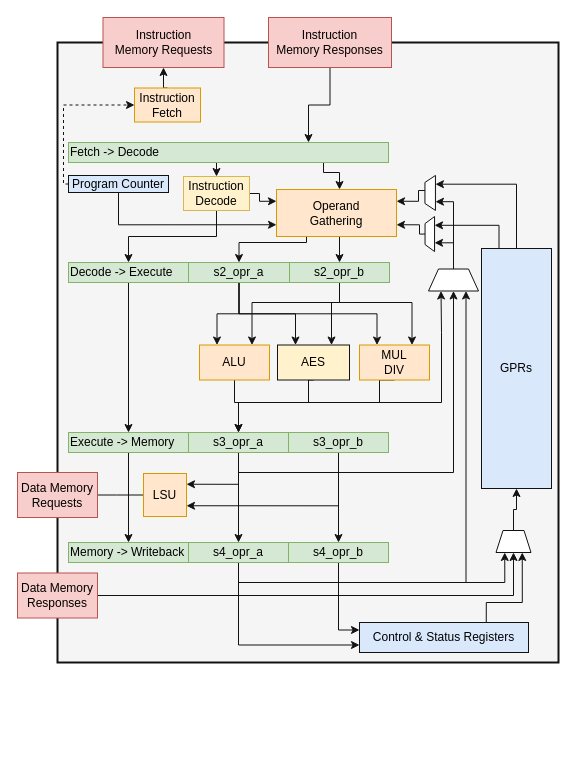
The draw.io diagram doc/diagrams/scarv-cpu-uarch.drawio in scarv/aes-risc-pipeline, before the edit. Source tidied: cells renumbered, new cells numbered last; positions are measured from the earlier drawing's top-left corner, leaving out a move shared by most shapes. Both pictures are drawn from the tidied source at 100%, with x=0, y=0 at pixel (17, 17).
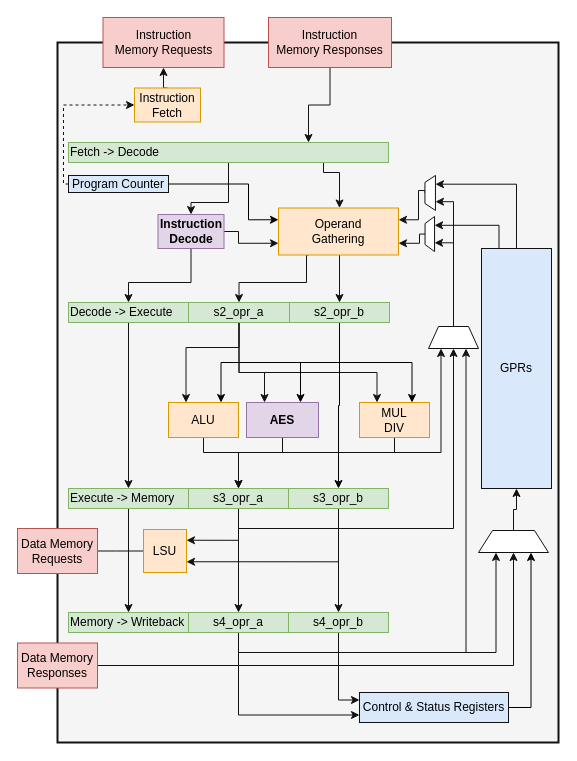
Above is the later version.

Commit message (it also covers changes not shown here):
paper: diagrams and pseudocode

The change refers to these unchanged cells:
```xml
<mxCell id="5" value="Fetch -&amp;gt; Decode" style="rounded=0;whiteSpace=wrap;html=1;align=left;strokeColor=#82b366;fillColor=#d5e8d4;" parent="1" vertex="1">
  <mxGeometry x="51" y="125" width="320" height="20" as="geometry" />
</mxCell>
<mxCell id="42" style="shape=trapezoid;perimeter=trapezoidPerimeter;whiteSpace=wrap;html=1;align=center;rotation=-90;strokeColor=#121212;" parent="1" vertex="1">
  <mxGeometry x="394.8" y="211.8" width="35" height="9.5" as="geometry" />
</mxCell>
<mxCell id="51" value="Program Counter" style="rounded=0;whiteSpace=wrap;html=1;fillColor=#dae8fc;strokeColor=#121212;" parent="1" vertex="1">
  <mxGeometry x="51" y="158" width="100" height="17" as="geometry" />
</mxCell>
<mxCell id="68" value="Instruction Fetch" style="rounded=0;whiteSpace=wrap;html=1;strokeColor=#d79b00;fillColor=#ffe6cc;" parent="1" vertex="1">
  <mxGeometry x="117" y="70.5" width="66" height="34" as="geometry" />
</mxCell>
```

What changed in the source:
```diff
@@
     <mxCell id="2" style="rounded=0;whiteSpace=wrap;html=1;strokeWidth=2;fillColor=#f5f5f5;align=left;strokeColor=#121212;fontColor=#333333;" parent="1" vertex="1">
-      <mxGeometry x="40" y="25" width="501" height="620" as="geometry" />
+      <mxGeometry x="40" y="25" width="501" height="700" as="geometry" />
     </mxCell>
@@
     <mxCell id="4" style="edgeStyle=orthogonalEdgeStyle;rounded=0;jettySize=auto;html=1;exitX=0.5;exitY=1;exitDx=0;exitDy=0;entryX=0.5;entryY=0;entryDx=0;entryDy=0;strokeColor=#121212;" parent="1" edge="1" source="5" target="66">
-      <mxGeometry relative="1" as="geometry" />
+      <mxGeometry relative="1" as="geometry">
+        <Array as="points">
+          <mxPoint x="211" y="185" />
+          <mxPoint x="174" y="185" />
+        </Array>
+      </mxGeometry>
     </mxCell>
@@
     <mxCell id="7" value="Decode -&amp;gt; Execute" style="rounded=0;whiteSpace=wrap;html=1;align=left;strokeColor=#82b366;fillColor=#d5e8d4;" parent="1" vertex="1">
-      <mxGeometry x="51" y="245" width="120" height="20" as="geometry" />
+      <mxGeometry x="51" y="285" width="120" height="20" as="geometry" />
     </mxCell>
     <mxCell id="8" style="edgeStyle=orthogonalEdgeStyle;rounded=0;jettySize=auto;html=1;exitX=0.5;exitY=1;exitDx=0;exitDy=0;entryX=0.25;entryY=0;entryDx=0;entryDy=0;fillColor=#f8cecc;strokeColor=#121212;" parent="1" edge="1" source="11" target="53">
-      <mxGeometry relative="1" as="geometry" />
+      <mxGeometry relative="1" as="geometry">
+        <Array as="points">
+          <mxPoint x="222" y="330" />
+          <mxPoint x="168" y="330" />
+        </Array>
+      </mxGeometry>
     </mxCell>
     <mxCell id="9" style="edgeStyle=orthogonalEdgeStyle;rounded=0;jettySize=auto;html=1;exitX=0.5;exitY=1;exitDx=0;exitDy=0;entryX=0.25;entryY=0;entryDx=0;entryDy=0;fillColor=#f8cecc;strokeColor=#121212;" parent="1" edge="1" source="11" target="55">
-      <mxGeometry relative="1" as="geometry" />
+      <mxGeometry relative="1" as="geometry">
+        <Array as="points">
+          <mxPoint x="222" y="355" />
+          <mxPoint x="247" y="355" />
+        </Array>
+      </mxGeometry>
     </mxCell>
     <mxCell id="10" style="edgeStyle=orthogonalEdgeStyle;rounded=0;jettySize=auto;html=1;exitX=0.5;exitY=1;exitDx=0;exitDy=0;entryX=0.25;entryY=0;entryDx=0;entryDy=0;fillColor=#f8cecc;strokeColor=#121212;" parent="1" edge="1" source="11" target="57">
-      <mxGeometry relative="1" as="geometry" />
+      <mxGeometry relative="1" as="geometry">
+        <Array as="points">
+          <mxPoint x="222" y="355" />
+          <mxPoint x="360" y="355" />
+        </Array>
+      </mxGeometry>
     </mxCell>
     <mxCell id="11" value="s2_opr_a" style="rounded=0;whiteSpace=wrap;html=1;strokeColor=#82b366;fillColor=#d5e8d4;" parent="1" vertex="1">
-      <mxGeometry x="171" y="245" width="101" height="20" as="geometry" />
+      <mxGeometry x="171" y="285" width="101" height="20" as="geometry" />
     </mxCell>
+    <mxCell id="71" style="edgeStyle=orthogonalEdgeStyle;rounded=0;jettySize=auto;html=1;exitX=0.5;exitY=1;exitDx=0;exitDy=0;entryX=0.5;entryY=0;entryDx=0;entryDy=0;" parent="1" edge="1" source="15" target="24">
+      <mxGeometry relative="1" as="geometry" />
+    </mxCell>
+    <mxCell id="13" style="edgeStyle=orthogonalEdgeStyle;rounded=0;jettySize=auto;html=1;exitX=0.5;exitY=1;exitDx=0;exitDy=0;entryX=0.75;entryY=0;entryDx=0;entryDy=0;" parent="1" edge="1" source="15" target="55">
+      <mxGeometry relative="1" as="geometry">
+        <Array as="points">
+          <mxPoint x="322" y="345" />
+          <mxPoint x="283" y="345" />
+        </Array>
+      </mxGeometry>
+    </mxCell>
-    <mxCell id="12" style="edgeStyle=orthogonalEdgeStyle;rounded=0;jettySize=auto;html=1;exitX=0.5;exitY=1;exitDx=0;exitDy=0;entryX=0.75;entryY=0;entryDx=0;entryDy=0;fillColor=#f8cecc;strokeColor=#121212;" parent="1" edge="1" source="15" target="57">
-      <mxGeometry relative="1" as="geometry">
-        <Array as="points">
-          <mxPoint x="277" y="285" />
-          <mxPoint x="372" y="285" />
-        </Array>
-      </mxGeometry>
+    <mxCell id="12" style="edgeStyle=orthogonalEdgeStyle;rounded=0;jettySize=auto;html=1;exitX=0.5;exitY=1;exitDx=0;exitDy=0;entryX=0.75;entryY=0;entryDx=0;entryDy=0;" parent="1" edge="1" source="15" target="57">
+      <mxGeometry relative="1" as="geometry" />
     </mxCell>
-    <mxCell id="13" style="edgeStyle=orthogonalEdgeStyle;rounded=0;jettySize=auto;html=1;exitX=0.5;exitY=1;exitDx=0;exitDy=0;entryX=0.75;entryY=0;entryDx=0;entryDy=0;fillColor=#f8cecc;strokeColor=#121212;" parent="1" edge="1" source="15" target="55">
-      <mxGeometry relative="1" as="geometry">
-        <Array as="points">
-          <mxPoint x="321" y="285" />
-          <mxPoint x="252" y="285" />
-        </Array>
-      </mxGeometry>
-    </mxCell>
-    <mxCell id="14" style="edgeStyle=orthogonalEdgeStyle;rounded=0;jettySize=auto;html=1;exitX=0.5;exitY=1;exitDx=0;exitDy=0;entryX=0.75;entryY=0;entryDx=0;entryDy=0;fillColor=#f8cecc;strokeColor=#121212;" parent="1" edge="1" source="15" target="53">
-      <mxGeometry relative="1" as="geometry">
-        <Array as="points">
-          <mxPoint x="321" y="285" />
-          <mxPoint x="201" y="285" />
-        </Array>
-      </mxGeometry>
+    <mxCell id="14" style="edgeStyle=orthogonalEdgeStyle;rounded=0;jettySize=auto;html=1;exitX=0.5;exitY=1;exitDx=0;exitDy=0;entryX=0.75;entryY=0;entryDx=0;entryDy=0;" parent="1" edge="1" source="15" target="53">
+      <mxGeometry relative="1" as="geometry" />
     </mxCell>
     <mxCell id="15" value="s2_opr_b" style="rounded=0;whiteSpace=wrap;html=1;strokeColor=#82b366;fillColor=#d5e8d4;" parent="1" vertex="1">
-      <mxGeometry x="272" y="245" width="100" height="20" as="geometry" />
+      <mxGeometry x="272" y="285" width="100" height="20" as="geometry" />
     </mxCell>
@@
     <mxCell id="17" value="Execute -&amp;gt; Memory" style="rounded=0;whiteSpace=wrap;html=1;align=left;strokeColor=#82b366;fillColor=#d5e8d4;" parent="1" vertex="1">
-      <mxGeometry x="51" y="415" width="120" height="20" as="geometry" />
+      <mxGeometry x="51" y="471" width="120" height="20" as="geometry" />
     </mxCell>
@@
     <mxCell id="21" value="s3_opr_a" style="rounded=0;whiteSpace=wrap;html=1;strokeColor=#82b366;fillColor=#d5e8d4;" parent="1" vertex="1">
-      <mxGeometry x="171" y="415" width="100" height="20" as="geometry" />
+      <mxGeometry x="171" y="471" width="100" height="20" as="geometry" />
     </mxCell>
@@
     <mxCell id="24" value="s3_opr_b" style="rounded=0;whiteSpace=wrap;html=1;strokeColor=#82b366;fillColor=#d5e8d4;" parent="1" vertex="1">
-      <mxGeometry x="271" y="415" width="100" height="20" as="geometry" />
+      <mxGeometry x="271" y="471" width="100" height="20" as="geometry" />
     </mxCell>
     <mxCell id="25" value="Memory -&amp;gt; Writeback" style="rounded=0;whiteSpace=wrap;html=1;align=left;strokeColor=#82b366;fillColor=#d5e8d4;" parent="1" vertex="1">
-      <mxGeometry x="51" y="525" width="120" height="20" as="geometry" />
+      <mxGeometry x="51" y="595" width="120" height="20" as="geometry" />
     </mxCell>
@@
     <mxCell id="29" value="s4_opr_a" style="rounded=0;whiteSpace=wrap;html=1;strokeColor=#82b366;fillColor=#d5e8d4;" parent="1" vertex="1">
-      <mxGeometry x="171" y="525" width="100" height="20" as="geometry" />
+      <mxGeometry x="171" y="595" width="100" height="20" as="geometry" />
     </mxCell>
@@
     <mxCell id="31" value="s4_opr_b" style="rounded=0;whiteSpace=wrap;html=1;strokeColor=#82b366;fillColor=#d5e8d4;" parent="1" vertex="1">
-      <mxGeometry x="271" y="525" width="100" height="20" as="geometry" />
+      <mxGeometry x="271" y="595" width="100" height="20" as="geometry" />
     </mxCell>
@@
     <mxCell id="35" style="edgeStyle=orthogonalEdgeStyle;rounded=0;jettySize=auto;html=1;entryX=1;entryY=0.5;entryDx=0;entryDy=0;fillColor=#f8cecc;strokeColor=#121212;" parent="1" edge="1" source="36">
       <mxGeometry relative="1" as="geometry">
-        <mxPoint x="71" y="477.5" as="targetPoint" />
+        <mxPoint x="71" y="533.5" as="targetPoint" />
       </mxGeometry>
     </mxCell>
     <mxCell id="36" value="LSU" style="whiteSpace=wrap;html=1;align=center;strokeColor=#d79b00;fillColor=#ffe6cc;" parent="1" vertex="1">
-      <mxGeometry x="126" y="456" width="43" height="43" as="geometry" />
+      <mxGeometry x="126" y="512" width="43" height="43" as="geometry" />
     </mxCell>
     <mxCell id="37" value="Data Memory&lt;br&gt;Requests" style="rounded=0;whiteSpace=wrap;html=1;align=center;strokeColor=#b85450;fillColor=#f8cecc;" parent="1" vertex="1">
-      <mxGeometry y="455" width="80" height="45" as="geometry" />
+      <mxGeometry y="511" width="80" height="45" as="geometry" />
     </mxCell>
@@
     <mxCell id="40" style="shape=trapezoid;perimeter=trapezoidPerimeter;whiteSpace=wrap;html=1;align=center;strokeColor=#121212;" parent="1" vertex="1">
-      <mxGeometry x="411" y="251.5" width="50" height="22" as="geometry" />
+      <mxGeometry x="411" y="309" width="50" height="22" as="geometry" />
     </mxCell>
     <mxCell id="41" style="edgeStyle=orthogonalEdgeStyle;rounded=0;jettySize=auto;html=1;exitX=0.5;exitY=0;exitDx=0;exitDy=0;entryX=1;entryY=0.75;entryDx=0;entryDy=0;fillColor=#f8cecc;strokeColor=#121212;" parent="1" edge="1" source="42" target="63">
       <mxGeometry relative="1" as="geometry">
         <Array as="points">
-          <mxPoint x="402" y="216" />
-          <mxPoint x="402" y="207" />
+          <mxPoint x="402" y="217" />
+          <mxPoint x="402" y="226" />
         </Array>
       </mxGeometry>
     </mxCell>
@@
     <mxCell id="46" value="Data Memory&lt;br&gt;Responses" style="rounded=0;whiteSpace=wrap;html=1;align=center;strokeColor=#b85450;fillColor=#f8cecc;" parent="1" vertex="1">
-      <mxGeometry y="555.5" width="80" height="45" as="geometry" />
+      <mxGeometry y="625.5" width="80" height="45" as="geometry" />
     </mxCell>
@@
     <mxCell id="48" style="shape=trapezoid;perimeter=trapezoidPerimeter;whiteSpace=wrap;html=1;align=center;rotation=0;strokeColor=#121212;" parent="1" vertex="1">
-      <mxGeometry x="478.5" y="513" width="35" height="22" as="geometry" />
+      <mxGeometry x="461" y="513" width="70" height="22" as="geometry" />
     </mxCell>
+    <mxCell id="50" style="edgeStyle=orthogonalEdgeStyle;rounded=0;jettySize=auto;html=1;exitX=0;exitY=0.5;exitDx=0;exitDy=0;entryX=0;entryY=0.5;entryDx=0;entryDy=0;dashed=1;strokeColor=#121212;" parent="1" edge="1" source="51" target="68">
+      <mxGeometry relative="1" as="geometry">
+        <Array as="points">
+          <mxPoint x="46" y="167" />
+          <mxPoint x="46" y="88" />
+        </Array>
+      </mxGeometry>
+    </mxCell>
-    <mxCell id="49" style="edgeStyle=orthogonalEdgeStyle;rounded=0;jettySize=auto;html=1;exitX=0.5;exitY=1;exitDx=0;exitDy=0;entryX=0;entryY=0.75;entryDx=0;entryDy=0;strokeColor=#121212;" parent="1" edge="1" source="51" target="63">
-      <mxGeometry relative="1" as="geometry" />
+    <mxCell id="49" style="edgeStyle=orthogonalEdgeStyle;rounded=0;jettySize=auto;html=1;exitX=1;exitY=0.5;exitDx=0;exitDy=0;entryX=0;entryY=0.25;entryDx=0;entryDy=0;" parent="1" edge="1" source="51" target="63">
+      <mxGeometry relative="1" as="geometry">
+        <Array as="points">
+          <mxPoint x="231" y="167" />
+          <mxPoint x="231" y="202" />
+        </Array>
+      </mxGeometry>
     </mxCell>
-    <mxCell id="50" style="edgeStyle=orthogonalEdgeStyle;rounded=0;jettySize=auto;html=1;exitX=0;exitY=0.5;exitDx=0;exitDy=0;entryX=0;entryY=0.5;entryDx=0;entryDy=0;dashed=1;strokeColor=#121212;" parent="1" edge="1" source="51" target="68">
-      <mxGeometry relative="1" as="geometry">
-        <Array as="points">
-          <mxPoint x="46" y="167" />
-          <mxPoint x="46" y="88" />
-        </Array>
-      </mxGeometry>
-    </mxCell>
@@
     <mxCell id="52" style="edgeStyle=orthogonalEdgeStyle;rounded=0;jettySize=auto;html=1;exitX=0.5;exitY=1;exitDx=0;exitDy=0;entryX=0.25;entryY=1;entryDx=0;entryDy=0;strokeColor=#121212;" parent="1" edge="1" source="53" target="40">
       <mxGeometry relative="1" as="geometry">
         <Array as="points">
-          <mxPoint x="217" y="385" />
-          <mxPoint x="424" y="385" />
-          <mxPoint x="424" y="315" />
-          <mxPoint x="424" y="315" />
+          <mxPoint x="186" y="435" />
+          <mxPoint x="424" y="435" />
         </Array>
       </mxGeometry>
     </mxCell>
     <mxCell id="53" value="ALU" style="rounded=0;whiteSpace=wrap;html=1;strokeColor=#d79b00;fillColor=#ffe6cc;" parent="1" vertex="1">
-      <mxGeometry x="182" y="327.5" width="70" height="35" as="geometry" />
+      <mxGeometry x="151" y="385" width="70" height="35" as="geometry" />
     </mxCell>
     <mxCell id="54" style="edgeStyle=orthogonalEdgeStyle;rounded=0;jettySize=auto;html=1;exitX=0.5;exitY=1;exitDx=0;exitDy=0;fillColor=#f8cecc;strokeColor=#121212;" parent="1" edge="1" source="55" target="21">
       <mxGeometry relative="1" as="geometry">
         <Array as="points">
-          <mxPoint x="291" y="385" />
-          <mxPoint x="221" y="385" />
+          <mxPoint x="265" y="435" />
+          <mxPoint x="221" y="435" />
         </Array>
       </mxGeometry>
     </mxCell>
-    <mxCell id="55" value="AES" style="rounded=0;whiteSpace=wrap;html=1;fillColor=#fff2cc;strokeColor=#121212;" parent="1" vertex="1">
-      <mxGeometry x="260" y="327.5" width="72" height="35" as="geometry" />
+    <mxCell id="55" value="AES" style="rounded=0;whiteSpace=wrap;html=1;fillColor=#e1d5e7;strokeColor=#9673a6;fontStyle=1;" parent="1" vertex="1">
+      <mxGeometry x="229" y="385" width="72" height="35" as="geometry" />
     </mxCell>
     <mxCell id="56" style="edgeStyle=orthogonalEdgeStyle;rounded=0;jettySize=auto;html=1;exitX=0.5;exitY=1;exitDx=0;exitDy=0;entryX=0.5;entryY=0;entryDx=0;entryDy=0;fillColor=#f8cecc;strokeColor=#121212;" parent="1" edge="1" source="57" target="21">
       <mxGeometry relative="1" as="geometry">
         <Array as="points">
-          <mxPoint x="362" y="363" />
-          <mxPoint x="362" y="385" />
-          <mxPoint x="221" y="385" />
+          <mxPoint x="377" y="435" />
+          <mxPoint x="221" y="435" />
         </Array>
       </mxGeometry>
     </mxCell>
     <mxCell id="57" value="MUL&lt;br&gt;DIV" style="rounded=0;whiteSpace=wrap;html=1;strokeColor=#d79b00;fillColor=#ffe6cc;" parent="1" vertex="1">
-      <mxGeometry x="342" y="327.5" width="70" height="35" as="geometry" />
+      <mxGeometry x="342" y="385" width="70" height="35" as="geometry" />
     </mxCell>
@@
     <mxCell id="62" style="edgeStyle=orthogonalEdgeStyle;rounded=0;jettySize=auto;html=1;exitX=0.25;exitY=1;exitDx=0;exitDy=0;entryX=0.5;entryY=0;entryDx=0;entryDy=0;fillColor=#f8cecc;strokeColor=#121212;" parent="1" edge="1" source="63" target="11">
       <mxGeometry relative="1" as="geometry">
         <Array as="points">
-          <mxPoint x="289" y="225" />
-          <mxPoint x="222" y="225" />
+          <mxPoint x="289" y="265" />
+          <mxPoint x="222" y="265" />
         </Array>
       </mxGeometry>
     </mxCell>
     <mxCell id="63" value="Operand&lt;br&gt;Gathering" style="rounded=0;whiteSpace=wrap;html=1;strokeColor=#d79b00;fillColor=#ffe6cc;" parent="1" vertex="1">
-      <mxGeometry x="259" y="172" width="120" height="47" as="geometry" />
+      <mxGeometry x="261" y="190.5" width="120" height="47" as="geometry" />
     </mxCell>
-    <mxCell id="64" style="edgeStyle=orthogonalEdgeStyle;rounded=0;jettySize=auto;html=1;exitX=1;exitY=0.5;exitDx=0;exitDy=0;entryX=0;entryY=0.25;entryDx=0;entryDy=0;strokeColor=#121212;" parent="1" edge="1" source="66" target="63">
+    <mxCell id="64" style="edgeStyle=orthogonalEdgeStyle;rounded=0;jettySize=auto;html=1;exitX=1;exitY=0.5;exitDx=0;exitDy=0;entryX=0;entryY=0.75;entryDx=0;entryDy=0;strokeColor=#121212;" parent="1" edge="1" source="66" target="63">
       <mxGeometry relative="1" as="geometry">
         <Array as="points">
-          <mxPoint x="242" y="176" />
-          <mxPoint x="242" y="184" />
+          <mxPoint x="221" y="214" />
+          <mxPoint x="221" y="226" />
         </Array>
       </mxGeometry>
     </mxCell>
     <mxCell id="65" style="edgeStyle=orthogonalEdgeStyle;rounded=0;jettySize=auto;html=1;exitX=0.5;exitY=1;exitDx=0;exitDy=0;entryX=0.5;entryY=0;entryDx=0;entryDy=0;strokeColor=#121212;" parent="1" edge="1" source="66" target="7">
-      <mxGeometry relative="1" as="geometry" />
+      <mxGeometry relative="1" as="geometry">
+        <Array as="points">
+          <mxPoint x="174" y="265" />
+          <mxPoint x="111" y="265" />
+        </Array>
+      </mxGeometry>
     </mxCell>
-    <mxCell id="66" value="&lt;div&gt;Instruction&lt;/div&gt;&lt;div&gt;Decode&lt;br&gt;&lt;/div&gt;" style="rounded=0;whiteSpace=wrap;html=1;strokeColor=#d6b656;fillColor=#fff2cc;" parent="1" vertex="1">
-      <mxGeometry x="166" y="159" width="66" height="34" as="geometry" />
+    <mxCell id="66" value="&lt;div&gt;Instruction&lt;/div&gt;&lt;div&gt;Decode&lt;br&gt;&lt;/div&gt;" style="rounded=0;whiteSpace=wrap;html=1;strokeColor=#9673a6;fillColor=#e1d5e7;fontStyle=1;" parent="1" vertex="1">
+      <mxGeometry x="140.5" y="197" width="66" height="34" as="geometry" />
     </mxCell>
@@
-    <mxCell id="69" style="edgeStyle=orthogonalEdgeStyle;rounded=0;jettySize=auto;html=1;exitX=0.75;exitY=0;exitDx=0;exitDy=0;entryX=0.75;entryY=1;entryDx=0;entryDy=0;strokeColor=#121212;" parent="1" edge="1" source="70" target="48">
-      <mxGeometry relative="1" as="geometry">
-        <Array as="points">
-          <mxPoint x="469" y="585" />
-          <mxPoint x="505" y="585" />
-        </Array>
-      </mxGeometry>
+    <mxCell id="69" style="edgeStyle=orthogonalEdgeStyle;rounded=0;jettySize=auto;html=1;exitX=1;exitY=0.5;exitDx=0;exitDy=0;entryX=0.75;entryY=1;entryDx=0;entryDy=0;" parent="1" edge="1" source="70" target="48">
+      <mxGeometry relative="1" as="geometry" />
     </mxCell>
     <mxCell id="70" value="Control &amp;amp; Status Registers" style="rounded=0;whiteSpace=wrap;html=1;fillColor=#dae8fc;strokeColor=#121212;" parent="1" vertex="1">
-      <mxGeometry x="342" y="605" width="169" height="30" as="geometry" />
+      <mxGeometry x="342" y="675" width="149" height="30" as="geometry" />
     </mxCell>
```
